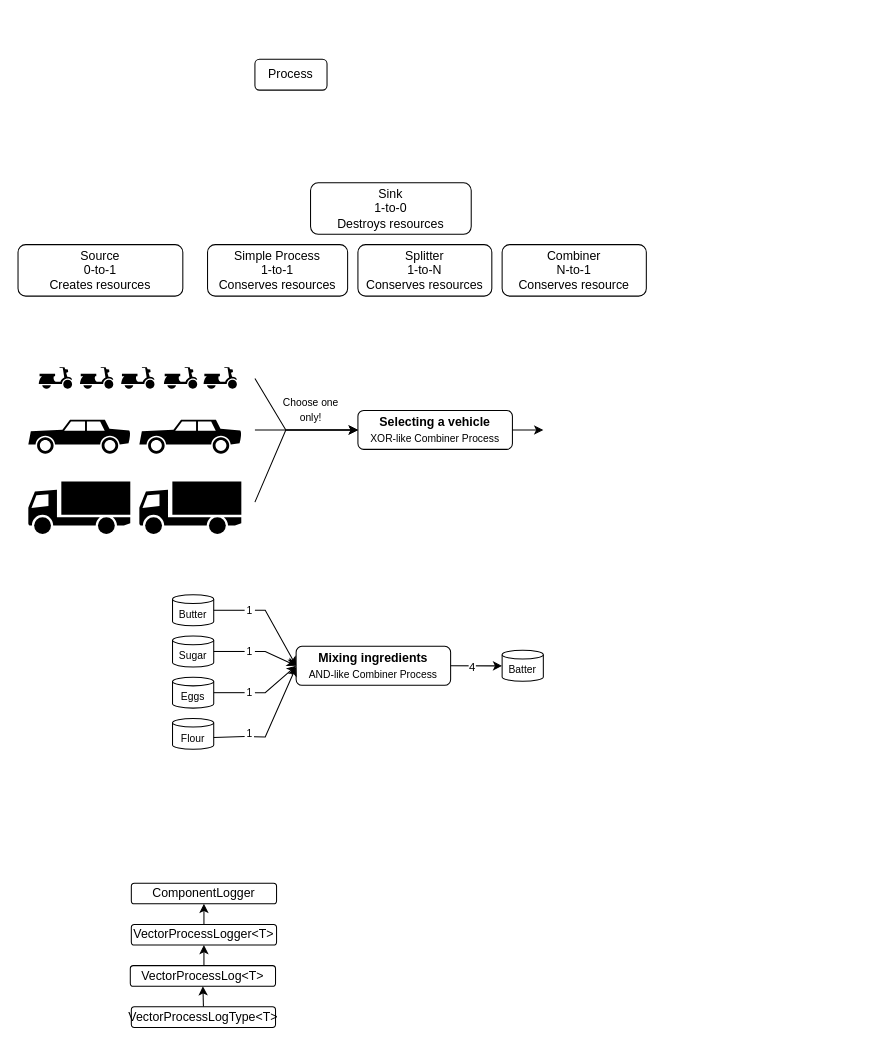
jajetloh/quokkasim-book keeps this draw.io diagram as docs/images/Splitters and Combiners.drawio. Above is the earlier version. Source tidied: cells renumbered, new cells numbered last; positions are measured from the earlier drawing's top-left corner, leaving out a move shared by most shapes. Both pictures are drawn from the tidied source at 103%, with x=0, y=0 at pixel (18, 59).
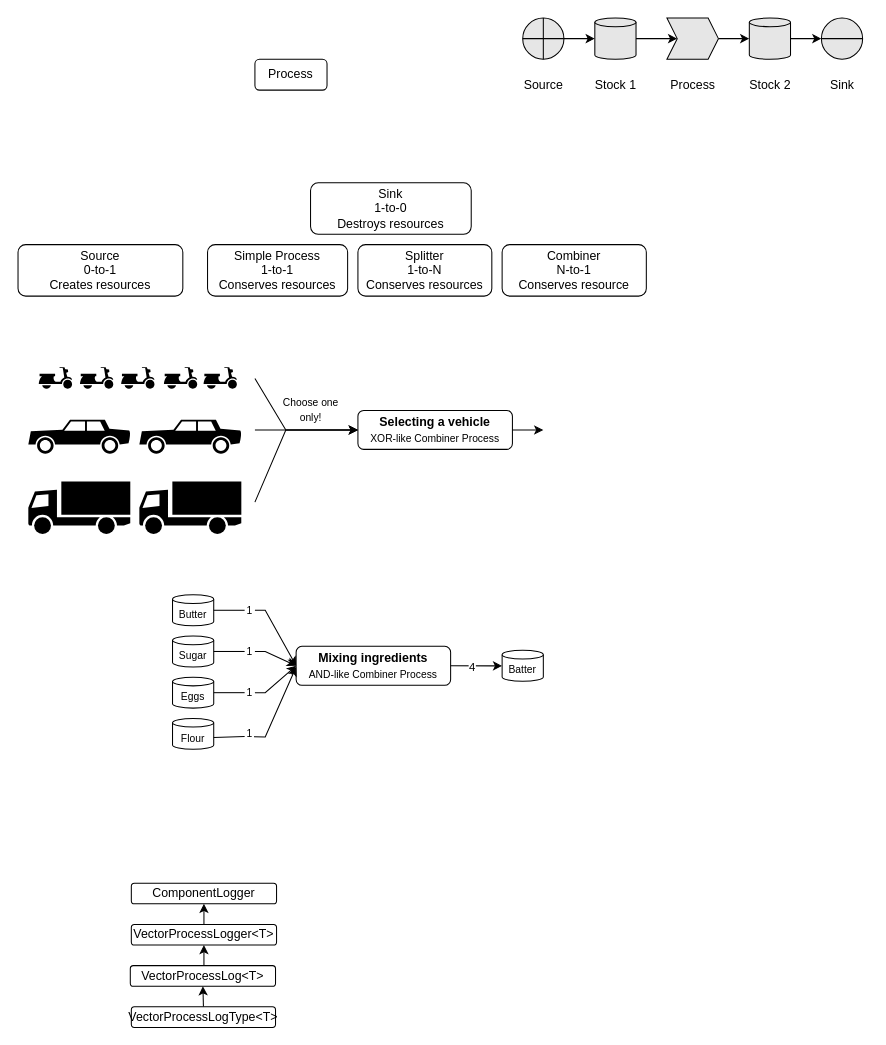
After the change.

The edit, as a diff of the source:
```diff
@@
+    <mxCell id="51" style="edgeStyle=orthogonalEdgeStyle;rounded=0;jettySize=auto;html=1;" parent="1" edge="1" source="52" target="54">
+      <mxGeometry relative="1" as="geometry" />
+    </mxCell>
+    <mxCell id="52" style="shape=cylinder3;whiteSpace=wrap;html=1;boundedLbl=1;backgroundOutline=1;size=4.199999999999932;fillColor=#E6E6E6;" parent="1" vertex="1">
+      <mxGeometry x="560" y="-40" width="40" height="40" as="geometry" />
+    </mxCell>
+    <mxCell id="53" style="edgeStyle=orthogonalEdgeStyle;rounded=0;jettySize=auto;html=1;" parent="1" edge="1" source="54" target="56">
+      <mxGeometry relative="1" as="geometry" />
+    </mxCell>
+    <mxCell id="54" style="shape=step;perimeter=stepPerimeter;whiteSpace=wrap;html=1;fixedSize=1;size=10;fillColor=#E6E6E6;" parent="1" vertex="1">
+      <mxGeometry x="630" y="-40" width="50" height="40" as="geometry" />
+    </mxCell>
+    <mxCell id="55" style="edgeStyle=orthogonalEdgeStyle;rounded=0;jettySize=auto;html=1;" parent="1" edge="1" source="56" target="59">
+      <mxGeometry relative="1" as="geometry" />
+    </mxCell>
+    <mxCell id="56" style="shape=cylinder3;whiteSpace=wrap;html=1;boundedLbl=1;backgroundOutline=1;size=4.199999999999932;fillColor=#E6E6E6;" parent="1" vertex="1">
+      <mxGeometry x="710" y="-40" width="40" height="40" as="geometry" />
+    </mxCell>
+    <mxCell id="57" style="edgeStyle=orthogonalEdgeStyle;rounded=0;jettySize=auto;html=1;" parent="1" edge="1" source="58" target="52">
+      <mxGeometry relative="1" as="geometry" />
+    </mxCell>
+    <mxCell id="58" style="shape=orEllipse;perimeter=ellipsePerimeter;whiteSpace=wrap;html=1;backgroundOutline=1;fillColor=#E6E6E6;" parent="1" vertex="1">
+      <mxGeometry x="490" y="-40" width="40" height="40" as="geometry" />
+    </mxCell>
+    <mxCell id="59" style="shape=lineEllipse;perimeter=ellipsePerimeter;whiteSpace=wrap;html=1;backgroundOutline=1;fillColor=#E6E6E6;" parent="1" vertex="1">
+      <mxGeometry x="780" y="-40" width="40" height="40" as="geometry" />
+    </mxCell>
+    <mxCell id="60" value="Stock 1" style="text;html=1;align=center;verticalAlign=middle;strokeColor=none;fillColor=none;" parent="1" vertex="1">
+      <mxGeometry x="550" y="10" width="60" height="30" as="geometry" />
+    </mxCell>
+    <mxCell id="61" value="Process" style="text;html=1;align=center;verticalAlign=middle;strokeColor=none;fillColor=none;" parent="1" vertex="1">
+      <mxGeometry x="620" y="10" width="70" height="30" as="geometry" />
+    </mxCell>
+    <mxCell id="62" value="Stock 2" style="text;html=1;align=center;verticalAlign=middle;strokeColor=none;fillColor=none;" parent="1" vertex="1">
+      <mxGeometry x="700" y="10" width="60" height="30" as="geometry" />
+    </mxCell>
+    <mxCell id="63" value="Sink" style="text;html=1;align=center;verticalAlign=middle;strokeColor=none;fillColor=none;" parent="1" vertex="1">
+      <mxGeometry x="775" y="10" width="50" height="30" as="geometry" />
+    </mxCell>
+    <mxCell id="64" value="Source" style="text;html=1;align=center;verticalAlign=middle;strokeColor=none;fillColor=none;" parent="1" vertex="1">
+      <mxGeometry x="480" y="10" width="60" height="30" as="geometry" />
+    </mxCell>
```
